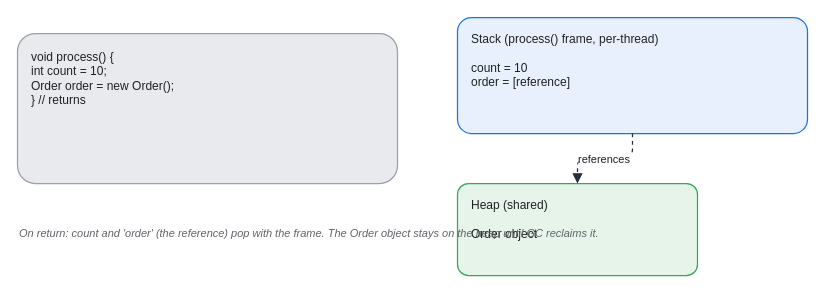
Before: assets/img/jvm/jvm-02-stack-vs-heap.drawio in KKamJi98/kkamji98.github.io, a draw.io diagram. Source tidied: cells renumbered, new cells numbered last; positions are measured from the earlier drawing's top-left corner, leaving out a move shared by most shapes. Both pictures are drawn from the tidied source at 100%, with x=0, y=0 at pixel (17, 17).
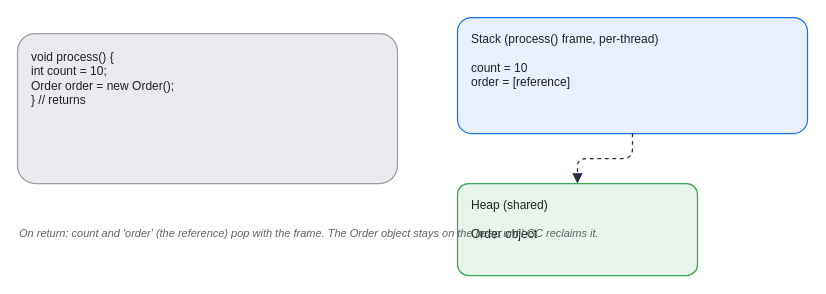
After the change.

The edit, as a diff of the source:
```diff
@@
 <mxGraphModel background="#FFFFFF">
   <root>
     <mxCell id="0" />
     <mxCell id="1" parent="0" />
     <mxCell id="2" value="void process() {&#10;    int count = 10;&#10;    Order order = new Order();&#10;}  // returns" style="rounded=1;whiteSpace=wrap;html=0;arcSize=12;shadow=0;fillColor=#E8EAED;strokeColor=#9AA0A6;fontColor=#202124;align=left;verticalAlign=top;spacingLeft=12;spacingTop=10;strokeWidth=1.25;" parent="1" vertex="1">
       <mxGeometry y="16" width="380" height="150" as="geometry" />
     </mxCell>
     <mxCell id="3" value="Stack  (process() frame, per-thread)&#10;&#10;count = 10&#10;order = [reference]" style="rounded=1;whiteSpace=wrap;html=0;arcSize=12;shadow=0;fillColor=#E8F0FE;strokeColor=#1A73E8;fontColor=#202124;align=left;verticalAlign=top;spacingLeft=12;spacingTop=8;strokeWidth=1.25;" parent="1" vertex="1">
       <mxGeometry x="440" width="350" height="116" as="geometry" />
     </mxCell>
     <mxCell id="4" value="Heap  (shared)&#10;&#10;Order object" style="rounded=1;whiteSpace=wrap;html=0;arcSize=12;shadow=0;fillColor=#E6F4EA;strokeColor=#34A853;fontColor=#202124;align=left;verticalAlign=top;spacingLeft=12;spacingTop=8;strokeWidth=1.25;" parent="1" vertex="1">
       <mxGeometry x="440" y="166" width="240" height="92" as="geometry" />
     </mxCell>
     <mxCell id="5" value="On return: count and 'order' (the reference) pop with the frame. The Order object stays on the heap until GC reclaims it." style="text;html=0;align=left;verticalAlign=middle;whiteSpace=wrap;fontSize=11;fontColor=#5F6368;fontStyle=2;" parent="1" vertex="1">
       <mxGeometry y="186" width="746" height="60" as="geometry" />
     </mxCell>
-    <mxCell id="6" value="references" style="edgeStyle=orthogonalEdgeStyle;rounded=1;html=0;dashed=1;fontColor=#202124;strokeColor=#232F3E;labelBackgroundColor=#FFFFFF;endArrow=block;exitX=0.5;exitY=1;exitDx=0;exitDy=0;entryX=0.5;entryY=0;entryDx=0;entryDy=0;strokeWidth=1.25;endSize=7;" parent="1" edge="1" source="3" target="4">
+    <mxCell id="6" style="edgeStyle=orthogonalEdgeStyle;rounded=1;html=0;dashed=1;fontColor=#202124;strokeColor=#232F3E;labelBackgroundColor=none;endArrow=block;exitX=0.5;exitY=1;exitDx=0;exitDy=0;entryX=0.5;entryY=0;entryDx=0;entryDy=0;strokeWidth=1.25;endSize=7;" parent="1" edge="1" source="3" target="4">
       <mxGeometry relative="1" as="geometry" />
     </mxCell>
   </root>
 </mxGraphModel>
```
